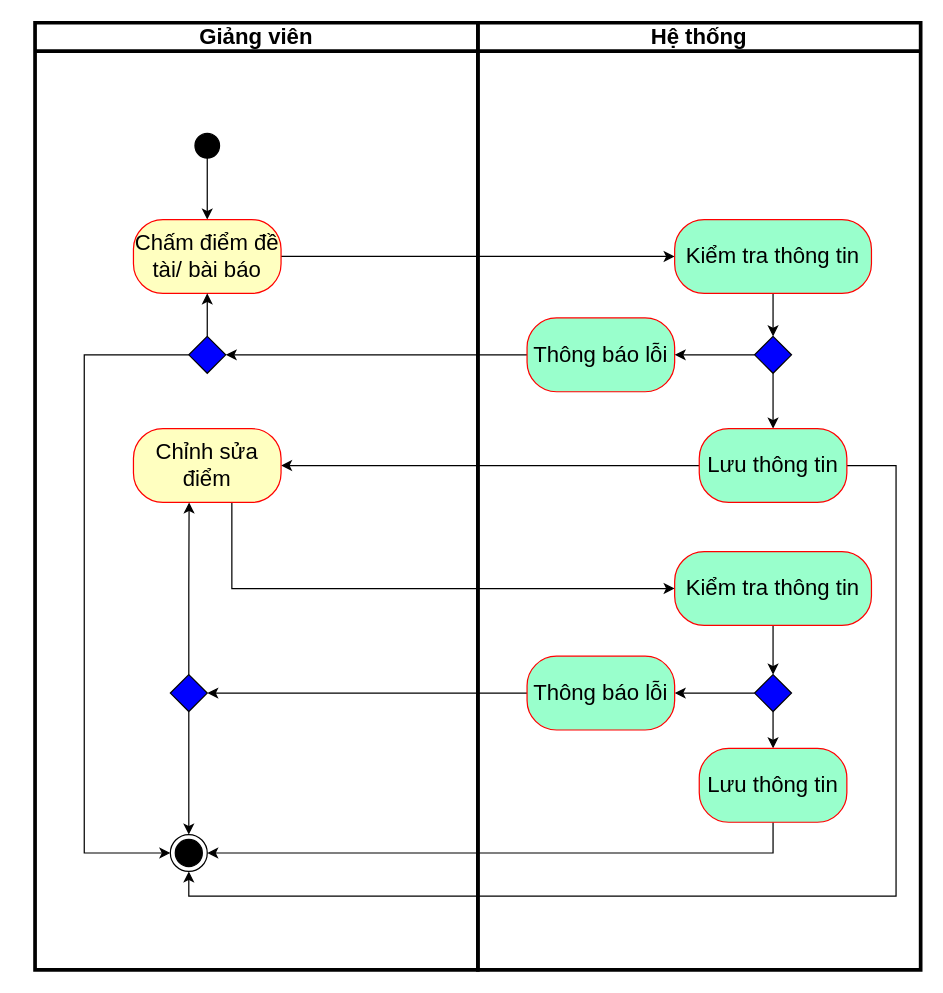
Earlier version of the draw.io diagram page "Chấm điểm đề tài/ bài báo" (11 of 13) of CNPM.drawio (106210049/nckh). Source tidied: cells renumbered, new cells numbered last; positions are measured from the earlier drawing's top-left corner, leaving out a move shared by most shapes. Both pictures are drawn from the tidied source at 123%, with x=0, y=0 at pixel (34, 22).
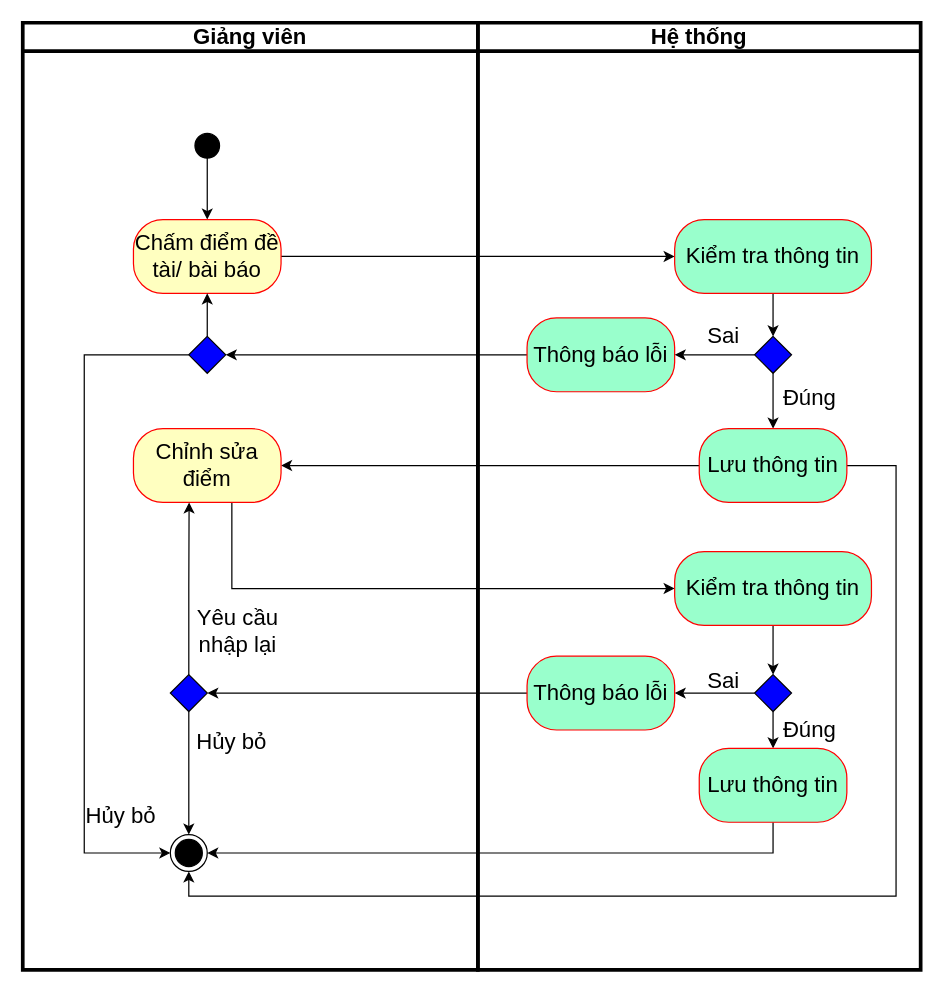
Above is the later version.

The change refers to these unchanged cells:
```xml
<mxCell id="34" value="Hệ thống" style="swimlane;whiteSpace=wrap;html=1;fontSize=18;strokeWidth=3;swimlaneLine=1;" parent="1" vertex="1">
  <mxGeometry x="360" width="360" height="770" as="geometry" />
</mxCell>
```

Diff of the diagram source:
```diff
@@
+    <mxCell id="36" value="&lt;font style=&quot;font-size: 18px;&quot;&gt;Đúng&lt;/font&gt;" style="text;strokeColor=none;align=center;fillColor=none;html=1;verticalAlign=middle;whiteSpace=wrap;rounded=0;" parent="34" vertex="1">
+      <mxGeometry x="240" y="290" width="60" height="30" as="geometry" />
+    </mxCell>
+    <mxCell id="37" value="&lt;font style=&quot;font-size: 18px;&quot;&gt;Sai&lt;/font&gt;" style="text;strokeColor=none;align=center;fillColor=none;html=1;verticalAlign=middle;whiteSpace=wrap;rounded=0;" parent="34" vertex="1">
+      <mxGeometry x="170" y="240" width="60" height="30" as="geometry" />
+    </mxCell>
+    <mxCell id="38" value="&lt;font style=&quot;font-size: 18px;&quot;&gt;Đúng&lt;/font&gt;" style="text;strokeColor=none;align=center;fillColor=none;html=1;verticalAlign=middle;whiteSpace=wrap;rounded=0;" parent="34" vertex="1">
+      <mxGeometry x="240" y="560" width="60" height="30" as="geometry" />
+    </mxCell>
+    <mxCell id="39" value="&lt;font style=&quot;font-size: 18px;&quot;&gt;Sai&lt;/font&gt;" style="text;strokeColor=none;align=center;fillColor=none;html=1;verticalAlign=middle;whiteSpace=wrap;rounded=0;" parent="34" vertex="1">
+      <mxGeometry x="170" y="520" width="60" height="30" as="geometry" />
+    </mxCell>
     <mxCell id="35" value="Giảng viên" style="swimlane;whiteSpace=wrap;html=1;fontSize=18;strokeWidth=3;swimlaneLine=1;" parent="1" vertex="1">
-      <mxGeometry width="360" height="770" as="geometry" />
+      <mxGeometry x="-10" width="370" height="770" as="geometry" />
     </mxCell>
+    <mxCell id="40" value="&lt;font style=&quot;font-size: 18px;&quot;&gt;Yêu cầu nhập lại&lt;/font&gt;" style="text;strokeColor=none;align=center;fillColor=none;html=1;verticalAlign=middle;whiteSpace=wrap;rounded=0;" parent="35" vertex="1">
+      <mxGeometry x="120" y="480" width="110" height="30" as="geometry" />
+    </mxCell>
+    <mxCell id="41" value="&lt;font style=&quot;font-size: 18px;&quot;&gt;Hủy bỏ&lt;/font&gt;" style="text;strokeColor=none;align=center;fillColor=none;html=1;verticalAlign=middle;whiteSpace=wrap;rounded=0;" parent="35" vertex="1">
+      <mxGeometry x="140" y="570" width="60" height="30" as="geometry" />
+    </mxCell>
+    <mxCell id="42" value="&lt;font style=&quot;font-size: 18px;&quot;&gt;Hủy bỏ&lt;/font&gt;" style="text;strokeColor=none;align=center;fillColor=none;html=1;verticalAlign=middle;whiteSpace=wrap;rounded=0;" parent="35" vertex="1">
+      <mxGeometry x="50" y="630" width="60" height="30" as="geometry" />
+    </mxCell>
```
